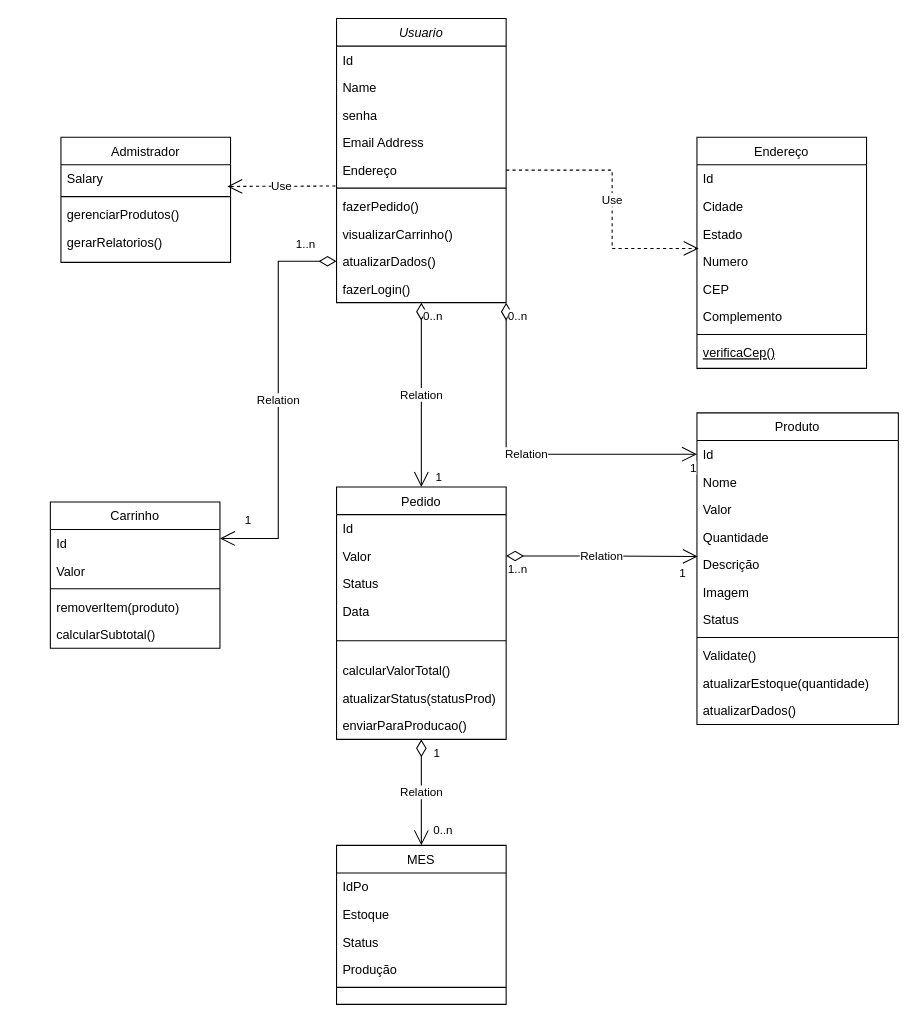
Before: Diagrama de classe.drawio in Akil23-alt/Diagrama-de-classe, a draw.io diagram. Source tidied: cells renumbered, new cells numbered last; positions are measured from the earlier drawing's top-left corner, leaving out a move shared by most shapes. Both pictures are drawn from the tidied source at 106%, with x=0, y=0 at pixel (50, 18).
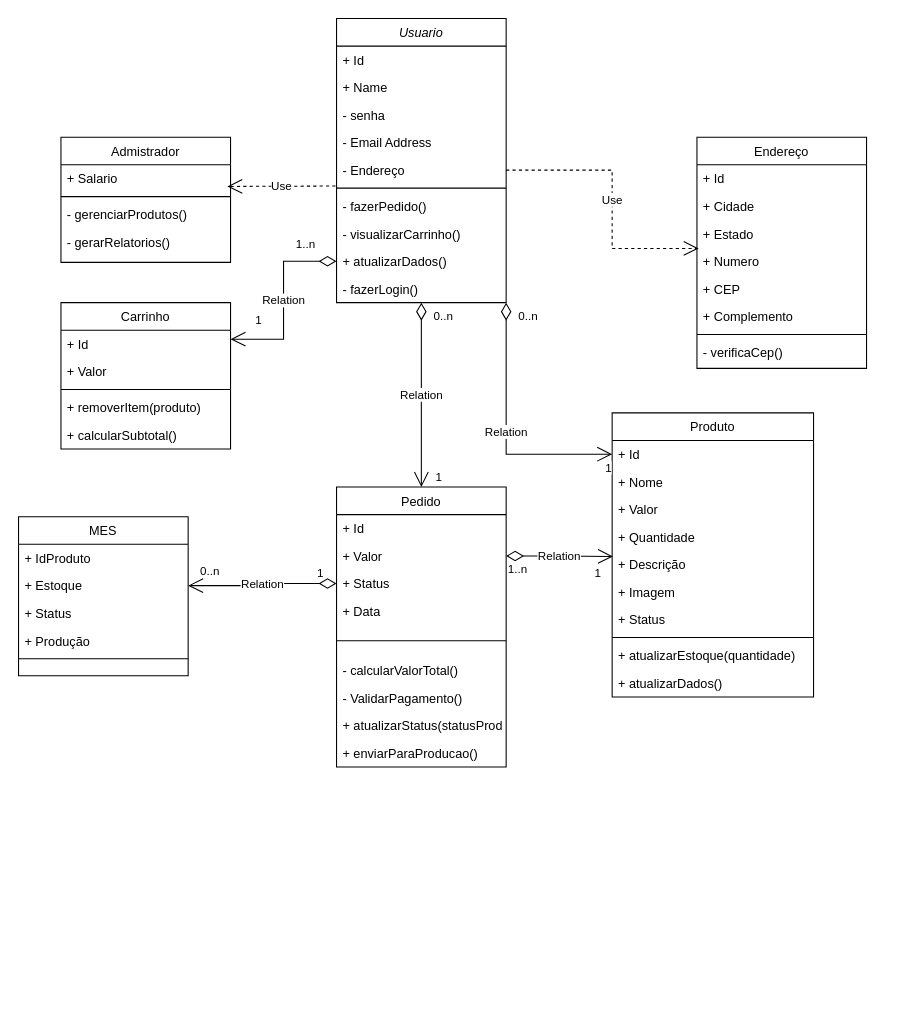
The same page after the edit.

Unchanged cells that the change refers to:
```xml
<mxCell id="2" value="Usuario" style="swimlane;fontStyle=2;align=center;verticalAlign=top;horizontal=1;startSize=26;rounded=0;shadow=0;strokeWidth=1;" parent="1" vertex="1">
  <mxGeometry x="270" width="160" height="268" as="geometry" />
</mxCell>
<mxCell id="13" value="Endereço" style="swimlane;fontStyle=0;align=center;verticalAlign=top;horizontal=1;startSize=26;rounded=0;shadow=0;strokeWidth=1;" parent="1" vertex="1">
  <mxGeometry x="610" y="112" width="160" height="218" as="geometry" />
</mxCell>
<mxCell id="22" value="Admistrador" style="swimlane;fontStyle=0;align=center;verticalAlign=top;horizontal=1;startSize=26;rounded=0;shadow=0;strokeWidth=1;" parent="1" vertex="1">
  <mxGeometry x="10" y="112" width="160" height="118" as="geometry" />
</mxCell>
<mxCell id="60" value="Relation" style="endArrow=open;html=1;endSize=12;startArrow=diamondThin;startSize=14;startFill=0;edgeStyle=orthogonalEdgeStyle;rounded=0;exitX=0.5;exitY=1;exitDx=0;exitDy=0;entryX=0.5;entryY=0;entryDx=0;entryDy=0;" parent="1" edge="1" source="2" target="51">
  <mxGeometry relative="1" as="geometry" />
</mxCell>
<mxCell id="63" value="Relation" style="endArrow=open;html=1;endSize=12;startArrow=diamondThin;startSize=14;startFill=0;edgeStyle=orthogonalEdgeStyle;rounded=0;entryX=0;entryY=0.5;entryDx=0;entryDy=0;exitX=1;exitY=1;exitDx=0;exitDy=0;" parent="1" edge="1" source="2" target="28">
  <mxGeometry relative="1" as="geometry" />
</mxCell>
```

The edit, as a diff of the source:
```diff
@@
-    <mxCell id="3" value="Id" style="text;align=left;verticalAlign=top;spacingLeft=4;spacingRight=4;overflow=hidden;rounded=0;shadow=0;html=0;" parent="2" vertex="1">
+    <mxCell id="3" value="+ Id" style="text;align=left;verticalAlign=top;spacingLeft=4;spacingRight=4;overflow=hidden;rounded=0;shadow=0;html=0;" parent="2" vertex="1">
       <mxGeometry y="26" width="160" height="26" as="geometry" />
     </mxCell>
-    <mxCell id="4" value="Name" style="text;align=left;verticalAlign=top;spacingLeft=4;spacingRight=4;overflow=hidden;" parent="2" vertex="1">
+    <mxCell id="4" value="+ Name" style="text;align=left;verticalAlign=top;spacingLeft=4;spacingRight=4;overflow=hidden;" parent="2" vertex="1">
       <mxGeometry y="52" width="160" height="26" as="geometry" />
     </mxCell>
-    <mxCell id="5" value="senha" style="text;align=left;verticalAlign=top;spacingLeft=4;spacingRight=4;overflow=hidden;rounded=0;shadow=0;html=0;" parent="2" vertex="1">
+    <mxCell id="5" value="- senha" style="text;align=left;verticalAlign=top;spacingLeft=4;spacingRight=4;overflow=hidden;rounded=0;shadow=0;html=0;" parent="2" vertex="1">
       <mxGeometry y="78" width="160" height="26" as="geometry" />
     </mxCell>
-    <mxCell id="6" value="Email Address" style="text;align=left;verticalAlign=top;spacingLeft=4;spacingRight=4;overflow=hidden;rounded=0;shadow=0;html=0;" parent="2" vertex="1">
+    <mxCell id="6" value="- Email Address" style="text;align=left;verticalAlign=top;spacingLeft=4;spacingRight=4;overflow=hidden;rounded=0;shadow=0;html=0;" parent="2" vertex="1">
       <mxGeometry y="104" width="160" height="26" as="geometry" />
     </mxCell>
-    <mxCell id="7" value="Endereço" style="text;align=left;verticalAlign=top;spacingLeft=4;spacingRight=4;overflow=hidden;points=[[0,0.5],[1,0.5]];portConstraint=eastwest;rounded=0;shadow=0;html=0;" parent="2" vertex="1">
+    <mxCell id="7" value="- Endereço" style="text;align=left;verticalAlign=top;spacingLeft=4;spacingRight=4;overflow=hidden;points=[[0,0.5],[1,0.5]];portConstraint=eastwest;rounded=0;shadow=0;html=0;" parent="2" vertex="1">
       <mxGeometry y="130" width="160" height="26" as="geometry" />
     </mxCell>
@@
-    <mxCell id="9" value="fazerPedido()" style="text;align=left;verticalAlign=top;spacingLeft=4;spacingRight=4;overflow=hidden;" parent="2" vertex="1">
+    <mxCell id="9" value="- fazerPedido()" style="text;align=left;verticalAlign=top;spacingLeft=4;spacingRight=4;overflow=hidden;" parent="2" vertex="1">
       <mxGeometry y="164" width="160" height="26" as="geometry" />
     </mxCell>
-    <mxCell id="10" value="visualizarCarrinho()" style="text;align=left;verticalAlign=top;spacingLeft=4;spacingRight=4;overflow=hidden;" parent="2" vertex="1">
+    <mxCell id="10" value="- visualizarCarrinho()" style="text;align=left;verticalAlign=top;spacingLeft=4;spacingRight=4;overflow=hidden;" parent="2" vertex="1">
       <mxGeometry y="190" width="160" height="26" as="geometry" />
     </mxCell>
-    <mxCell id="11" value="atualizarDados()" style="text;align=left;verticalAlign=top;spacingLeft=4;spacingRight=4;overflow=hidden;points=[[0,0.5],[1,0.5]];portConstraint=eastwest;" parent="2" vertex="1">
+    <mxCell id="11" value="+ atualizarDados()" style="text;align=left;verticalAlign=top;spacingLeft=4;spacingRight=4;overflow=hidden;points=[[0,0.5],[1,0.5]];portConstraint=eastwest;" parent="2" vertex="1">
       <mxGeometry y="216" width="160" height="26" as="geometry" />
     </mxCell>
-    <mxCell id="12" value="fazerLogin()" style="text;align=left;verticalAlign=top;spacingLeft=4;spacingRight=4;overflow=hidden;" parent="2" vertex="1">
+    <mxCell id="12" value="- fazerLogin()" style="text;align=left;verticalAlign=top;spacingLeft=4;spacingRight=4;overflow=hidden;" parent="2" vertex="1">
       <mxGeometry y="242" width="160" height="26" as="geometry" />
     </mxCell>
@@
-    <mxCell id="14" value="Id" style="text;align=left;verticalAlign=top;spacingLeft=4;spacingRight=4;overflow=hidden;rounded=0;shadow=0;html=0;" parent="13" vertex="1">
+    <mxCell id="14" value="+ Id" style="text;align=left;verticalAlign=top;spacingLeft=4;spacingRight=4;overflow=hidden;rounded=0;shadow=0;html=0;" parent="13" vertex="1">
       <mxGeometry y="26" width="160" height="26" as="geometry" />
     </mxCell>
-    <mxCell id="15" value="Cidade" style="text;align=left;verticalAlign=top;spacingLeft=4;spacingRight=4;overflow=hidden;rounded=0;shadow=0;html=0;" parent="13" vertex="1">
+    <mxCell id="15" value="+ Cidade" style="text;align=left;verticalAlign=top;spacingLeft=4;spacingRight=4;overflow=hidden;rounded=0;shadow=0;html=0;" parent="13" vertex="1">
       <mxGeometry y="52" width="160" height="26" as="geometry" />
     </mxCell>
-    <mxCell id="16" value="Estado" style="text;align=left;verticalAlign=top;spacingLeft=4;spacingRight=4;overflow=hidden;rounded=0;shadow=0;html=0;" parent="13" vertex="1">
+    <mxCell id="16" value="+ Estado" style="text;align=left;verticalAlign=top;spacingLeft=4;spacingRight=4;overflow=hidden;rounded=0;shadow=0;html=0;" parent="13" vertex="1">
       <mxGeometry y="78" width="160" height="26" as="geometry" />
     </mxCell>
-    <mxCell id="17" value="Numero" style="text;align=left;verticalAlign=top;spacingLeft=4;spacingRight=4;overflow=hidden;points=[[0,0.5],[1,0.5]];portConstraint=eastwest;rounded=0;shadow=0;html=0;" parent="13" vertex="1">
+    <mxCell id="17" value="+ Numero" style="text;align=left;verticalAlign=top;spacingLeft=4;spacingRight=4;overflow=hidden;points=[[0,0.5],[1,0.5]];portConstraint=eastwest;rounded=0;shadow=0;html=0;" parent="13" vertex="1">
       <mxGeometry y="104" width="160" height="26" as="geometry" />
     </mxCell>
-    <mxCell id="18" value="CEP" style="text;align=left;verticalAlign=top;spacingLeft=4;spacingRight=4;overflow=hidden;" parent="13" vertex="1">
+    <mxCell id="18" value="+ CEP" style="text;align=left;verticalAlign=top;spacingLeft=4;spacingRight=4;overflow=hidden;" parent="13" vertex="1">
       <mxGeometry y="130" width="160" height="26" as="geometry" />
     </mxCell>
-    <mxCell id="19" value="Complemento" style="text;align=left;verticalAlign=top;spacingLeft=4;spacingRight=4;overflow=hidden;rounded=0;shadow=0;html=0;" parent="13" vertex="1">
+    <mxCell id="19" value="+ Complemento" style="text;align=left;verticalAlign=top;spacingLeft=4;spacingRight=4;overflow=hidden;rounded=0;shadow=0;html=0;" parent="13" vertex="1">
       <mxGeometry y="156" width="160" height="26" as="geometry" />
     </mxCell>
@@
-    <mxCell id="21" value="verificaCep()" style="text;align=left;verticalAlign=top;spacingLeft=4;spacingRight=4;overflow=hidden;fontStyle=4;" parent="13" vertex="1">
+    <mxCell id="21" value="- verificaCep()" style="text;align=left;verticalAlign=top;spacingLeft=4;spacingRight=4;overflow=hidden;fontStyle=0;" parent="13" vertex="1">
       <mxGeometry y="190" width="160" height="26" as="geometry" />
     </mxCell>
@@
-    <mxCell id="23" value="Salary" style="text;align=left;verticalAlign=top;spacingLeft=4;spacingRight=4;overflow=hidden;points=[[0,0.5],[1,0.5]];portConstraint=eastwest;" parent="22" vertex="1">
+    <mxCell id="23" value="+ Salario" style="text;align=left;verticalAlign=top;spacingLeft=4;spacingRight=4;overflow=hidden;points=[[0,0.5],[1,0.5]];portConstraint=eastwest;" parent="22" vertex="1">
       <mxGeometry y="26" width="160" height="26" as="geometry" />
     </mxCell>
@@
-    <mxCell id="25" value="gerenciarProdutos()" style="text;align=left;verticalAlign=top;spacingLeft=4;spacingRight=4;overflow=hidden;" parent="22" vertex="1">
+    <mxCell id="25" value="- gerenciarProdutos()" style="text;align=left;verticalAlign=top;spacingLeft=4;spacingRight=4;overflow=hidden;" parent="22" vertex="1">
       <mxGeometry y="60" width="160" height="26" as="geometry" />
     </mxCell>
-    <mxCell id="26" value="gerarRelatorios()" style="text;align=left;verticalAlign=top;spacingLeft=4;spacingRight=4;overflow=hidden;" parent="22" vertex="1">
+    <mxCell id="26" value="- gerarRelatorios()" style="text;align=left;verticalAlign=top;spacingLeft=4;spacingRight=4;overflow=hidden;" parent="22" vertex="1">
       <mxGeometry y="86" width="160" height="26" as="geometry" />
     </mxCell>
     <mxCell id="27" value="Produto" style="swimlane;fontStyle=0;align=center;verticalAlign=top;horizontal=1;startSize=26;rounded=0;shadow=0;strokeWidth=1;" parent="1" vertex="1">
-      <mxGeometry x="610" y="372" width="190" height="294" as="geometry" />
+      <mxGeometry x="530" y="372" width="190" height="268" as="geometry" />
     </mxCell>
-    <mxCell id="28" value="Id" style="text;align=left;verticalAlign=top;spacingLeft=4;spacingRight=4;overflow=hidden;points=[[0,0.5],[1,0.5]];portConstraint=eastwest;rounded=0;shadow=0;html=0;" parent="27" vertex="1">
+    <mxCell id="28" value="+ Id" style="text;align=left;verticalAlign=top;spacingLeft=4;spacingRight=4;overflow=hidden;points=[[0,0.5],[1,0.5]];portConstraint=eastwest;rounded=0;shadow=0;html=0;" parent="27" vertex="1">
       <mxGeometry y="26" width="190" height="26" as="geometry" />
     </mxCell>
-    <mxCell id="29" value="Nome" style="text;align=left;verticalAlign=top;spacingLeft=4;spacingRight=4;overflow=hidden;" parent="27" vertex="1">
+    <mxCell id="29" value="+ Nome" style="text;align=left;verticalAlign=top;spacingLeft=4;spacingRight=4;overflow=hidden;" parent="27" vertex="1">
       <mxGeometry y="52" width="190" height="26" as="geometry" />
     </mxCell>
-    <mxCell id="30" value="Valor" style="text;align=left;verticalAlign=top;spacingLeft=4;spacingRight=4;overflow=hidden;rounded=0;shadow=0;html=0;" parent="27" vertex="1">
+    <mxCell id="30" value="+ Valor" style="text;align=left;verticalAlign=top;spacingLeft=4;spacingRight=4;overflow=hidden;rounded=0;shadow=0;html=0;" parent="27" vertex="1">
       <mxGeometry y="78" width="190" height="26" as="geometry" />
     </mxCell>
-    <mxCell id="31" value="Quantidade" style="text;align=left;verticalAlign=top;spacingLeft=4;spacingRight=4;overflow=hidden;rounded=0;shadow=0;html=0;" parent="27" vertex="1">
+    <mxCell id="31" value="+ Quantidade" style="text;align=left;verticalAlign=top;spacingLeft=4;spacingRight=4;overflow=hidden;rounded=0;shadow=0;html=0;" parent="27" vertex="1">
       <mxGeometry y="104" width="190" height="26" as="geometry" />
     </mxCell>
-    <mxCell id="32" value="Descrição" style="text;align=left;verticalAlign=top;spacingLeft=4;spacingRight=4;overflow=hidden;points=[[0,0.5],[1,0.5]];portConstraint=eastwest;rounded=0;shadow=0;html=0;" parent="27" vertex="1">
+    <mxCell id="32" value="+ Descrição" style="text;align=left;verticalAlign=top;spacingLeft=4;spacingRight=4;overflow=hidden;points=[[0,0.5],[1,0.5]];portConstraint=eastwest;rounded=0;shadow=0;html=0;" parent="27" vertex="1">
       <mxGeometry y="130" width="190" height="26" as="geometry" />
     </mxCell>
-    <mxCell id="33" value="Imagem" style="text;align=left;verticalAlign=top;spacingLeft=4;spacingRight=4;overflow=hidden;rounded=0;shadow=0;html=0;" parent="27" vertex="1">
+    <mxCell id="33" value="+ Imagem" style="text;align=left;verticalAlign=top;spacingLeft=4;spacingRight=4;overflow=hidden;rounded=0;shadow=0;html=0;" parent="27" vertex="1">
       <mxGeometry y="156" width="190" height="26" as="geometry" />
     </mxCell>
-    <mxCell id="34" value="Status" style="text;align=left;verticalAlign=top;spacingLeft=4;spacingRight=4;overflow=hidden;rounded=0;shadow=0;html=0;" parent="27" vertex="1">
+    <mxCell id="34" value="+ Status" style="text;align=left;verticalAlign=top;spacingLeft=4;spacingRight=4;overflow=hidden;rounded=0;shadow=0;html=0;" parent="27" vertex="1">
       <mxGeometry y="182" width="190" height="26" as="geometry" />
     </mxCell>
@@
-    <mxCell id="36" value="Validate()" style="text;align=left;verticalAlign=top;spacingLeft=4;spacingRight=4;overflow=hidden;" parent="27" vertex="1">
-      <mxGeometry y="216" width="190" height="26" as="geometry" />
-    </mxCell>
-    <mxCell id="37" value="atualizarEstoque(quantidade)" style="text;align=left;verticalAlign=top;spacingLeft=4;spacingRight=4;overflow=hidden;" parent="27" vertex="1">
-      <mxGeometry y="242" width="190" height="26" as="geometry" />
+    <mxCell id="37" value="+ atualizarEstoque(quantidade)" style="text;align=left;verticalAlign=top;spacingLeft=4;spacingRight=4;overflow=hidden;" parent="27" vertex="1">
+      <mxGeometry y="216" width="190" height="26" as="geometry" />
     </mxCell>
-    <mxCell id="38" value="atualizarDados()" style="text;align=left;verticalAlign=top;spacingLeft=4;spacingRight=4;overflow=hidden;" parent="27" vertex="1">
-      <mxGeometry y="268" width="190" height="26" as="geometry" />
+    <mxCell id="38" value="+ atualizarDados()" style="text;align=left;verticalAlign=top;spacingLeft=4;spacingRight=4;overflow=hidden;" parent="27" vertex="1">
+      <mxGeometry y="242" width="190" height="26" as="geometry" />
     </mxCell>
     <mxCell id="39" value="Carrinho" style="swimlane;fontStyle=0;align=center;verticalAlign=top;horizontal=1;startSize=26;rounded=0;shadow=0;strokeWidth=1;" parent="1" vertex="1">
-      <mxGeometry y="456" width="160" height="138" as="geometry" />
+      <mxGeometry x="10" y="268" width="160" height="138" as="geometry" />
     </mxCell>
-    <mxCell id="40" value="Id" style="text;align=left;verticalAlign=top;spacingLeft=4;spacingRight=4;overflow=hidden;rounded=0;shadow=0;html=0;" parent="39" vertex="1">
+    <mxCell id="40" value="+ Id" style="text;align=left;verticalAlign=top;spacingLeft=4;spacingRight=4;overflow=hidden;rounded=0;shadow=0;html=0;" parent="39" vertex="1">
       <mxGeometry y="26" width="160" height="26" as="geometry" />
     </mxCell>
-    <mxCell id="41" value="Valor" style="text;align=left;verticalAlign=top;spacingLeft=4;spacingRight=4;overflow=hidden;rounded=0;shadow=0;html=0;" parent="39" vertex="1">
+    <mxCell id="41" value="+ Valor" style="text;align=left;verticalAlign=top;spacingLeft=4;spacingRight=4;overflow=hidden;rounded=0;shadow=0;html=0;" parent="39" vertex="1">
       <mxGeometry y="52" width="160" height="26" as="geometry" />
     </mxCell>
@@
-    <mxCell id="43" value="removerItem(produto)" style="text;align=left;verticalAlign=top;spacingLeft=4;spacingRight=4;overflow=hidden;rounded=0;shadow=0;html=0;" parent="39" vertex="1">
+    <mxCell id="43" value="+ removerItem(produto)" style="text;align=left;verticalAlign=top;spacingLeft=4;spacingRight=4;overflow=hidden;rounded=0;shadow=0;html=0;" parent="39" vertex="1">
       <mxGeometry y="86" width="160" height="26" as="geometry" />
     </mxCell>
-    <mxCell id="44" value="calcularSubtotal()" style="text;align=left;verticalAlign=top;spacingLeft=4;spacingRight=4;overflow=hidden;rounded=0;shadow=0;html=0;" parent="39" vertex="1">
+    <mxCell id="44" value="+ calcularSubtotal()" style="text;align=left;verticalAlign=top;spacingLeft=4;spacingRight=4;overflow=hidden;rounded=0;shadow=0;html=0;" parent="39" vertex="1">
       <mxGeometry y="112" width="160" height="26" as="geometry" />
     </mxCell>
     <mxCell id="45" value="MES" style="swimlane;fontStyle=0;align=center;verticalAlign=top;horizontal=1;startSize=26;rounded=0;shadow=0;strokeWidth=1;" parent="1" vertex="1">
-      <mxGeometry x="270" y="780" width="160" height="150" as="geometry" />
+      <mxGeometry x="-30" y="470" width="160" height="150" as="geometry" />
     </mxCell>
-    <mxCell id="46" value="IdPo" style="text;align=left;verticalAlign=top;spacingLeft=4;spacingRight=4;overflow=hidden;rounded=0;shadow=0;html=0;" parent="45" vertex="1">
+    <mxCell id="46" value="+ IdProduto" style="text;align=left;verticalAlign=top;spacingLeft=4;spacingRight=4;overflow=hidden;rounded=0;shadow=0;html=0;" parent="45" vertex="1">
       <mxGeometry y="26" width="160" height="26" as="geometry" />
     </mxCell>
-    <mxCell id="47" value="Estoque" style="text;align=left;verticalAlign=top;spacingLeft=4;spacingRight=4;overflow=hidden;points=[[0,0.5],[1,0.5]];portConstraint=eastwest;rounded=0;shadow=0;html=0;" parent="45" vertex="1">
+    <mxCell id="47" value="+ Estoque" style="text;align=left;verticalAlign=top;spacingLeft=4;spacingRight=4;overflow=hidden;points=[[0,0.5],[1,0.5]];portConstraint=eastwest;rounded=0;shadow=0;html=0;" parent="45" vertex="1">
       <mxGeometry y="52" width="160" height="26" as="geometry" />
     </mxCell>
-    <mxCell id="48" value="Status" style="text;align=left;verticalAlign=top;spacingLeft=4;spacingRight=4;overflow=hidden;rounded=0;shadow=0;html=0;" parent="45" vertex="1">
+    <mxCell id="48" value="+ Status" style="text;align=left;verticalAlign=top;spacingLeft=4;spacingRight=4;overflow=hidden;rounded=0;shadow=0;html=0;" parent="45" vertex="1">
       <mxGeometry y="78" width="160" height="26" as="geometry" />
     </mxCell>
-    <mxCell id="49" value="Produção" style="text;align=left;verticalAlign=top;spacingLeft=4;spacingRight=4;overflow=hidden;" parent="45" vertex="1">
+    <mxCell id="49" value="+ Produção" style="text;align=left;verticalAlign=top;spacingLeft=4;spacingRight=4;overflow=hidden;" parent="45" vertex="1">
       <mxGeometry y="104" width="160" height="26" as="geometry" />
     </mxCell>
@@
     <mxCell id="51" value="Pedido" style="swimlane;fontStyle=0;align=center;verticalAlign=top;horizontal=1;startSize=26;rounded=0;shadow=0;strokeWidth=1;" parent="1" vertex="1">
-      <mxGeometry x="270" y="442" width="160" height="238" as="geometry" />
+      <mxGeometry x="270" y="442" width="160" height="264" as="geometry" />
     </mxCell>
-    <mxCell id="52" value="Id" style="text;align=left;verticalAlign=top;spacingLeft=4;spacingRight=4;overflow=hidden;rounded=0;shadow=0;html=0;" parent="51" vertex="1">
+    <mxCell id="52" value="+ Id" style="text;align=left;verticalAlign=top;spacingLeft=4;spacingRight=4;overflow=hidden;rounded=0;shadow=0;html=0;" parent="51" vertex="1">
       <mxGeometry y="26" width="160" height="26" as="geometry" />
     </mxCell>
-    <mxCell id="53" value="Valor" style="text;align=left;verticalAlign=top;spacingLeft=4;spacingRight=4;overflow=hidden;points=[[0,0.5],[1,0.5]];portConstraint=eastwest;rounded=0;shadow=0;html=0;" parent="51" vertex="1">
+    <mxCell id="53" value="+ Valor" style="text;align=left;verticalAlign=top;spacingLeft=4;spacingRight=4;overflow=hidden;points=[[0,0.5],[1,0.5]];portConstraint=eastwest;rounded=0;shadow=0;html=0;" parent="51" vertex="1">
       <mxGeometry y="52" width="160" height="26" as="geometry" />
     </mxCell>
-    <mxCell id="54" value="Status" style="text;align=left;verticalAlign=top;spacingLeft=4;spacingRight=4;overflow=hidden;points=[[0,0.5],[1,0.5]];portConstraint=eastwest;rounded=0;shadow=0;html=0;" parent="51" vertex="1">
+    <mxCell id="54" value="+ Status" style="text;align=left;verticalAlign=top;spacingLeft=4;spacingRight=4;overflow=hidden;points=[[0,0.5],[1,0.5]];portConstraint=eastwest;rounded=0;shadow=0;html=0;" parent="51" vertex="1">
       <mxGeometry y="78" width="160" height="26" as="geometry" />
     </mxCell>
-    <mxCell id="55" value="Data" style="text;align=left;verticalAlign=top;spacingLeft=4;spacingRight=4;overflow=hidden;rounded=0;shadow=0;html=0;" parent="51" vertex="1">
+    <mxCell id="55" value="+ Data" style="text;align=left;verticalAlign=top;spacingLeft=4;spacingRight=4;overflow=hidden;rounded=0;shadow=0;html=0;" parent="51" vertex="1">
       <mxGeometry y="104" width="160" height="26" as="geometry" />
     </mxCell>
@@
-    <mxCell id="57" value="calcularValorTotal()" style="text;align=left;verticalAlign=top;spacingLeft=4;spacingRight=4;overflow=hidden;rounded=0;shadow=0;html=0;" parent="51" vertex="1">
+    <mxCell id="57" value="- calcularValorTotal()" style="text;align=left;verticalAlign=top;spacingLeft=4;spacingRight=4;overflow=hidden;rounded=0;shadow=0;html=0;" parent="51" vertex="1">
       <mxGeometry y="160" width="160" height="26" as="geometry" />
     </mxCell>
+    <mxCell id="77" value="- ValidarPagamento()" style="text;align=left;verticalAlign=top;spacingLeft=4;spacingRight=4;overflow=hidden;" parent="51" vertex="1">
+      <mxGeometry y="186" width="160" height="26" as="geometry" />
+    </mxCell>
-    <mxCell id="58" value="atualizarStatus(statusProd)" style="text;align=left;verticalAlign=top;spacingLeft=4;spacingRight=4;overflow=hidden;rounded=0;shadow=0;html=0;" parent="51" vertex="1">
-      <mxGeometry y="186" width="160" height="26" as="geometry" />
+    <mxCell id="58" value="+ atualizarStatus(statusProd)" style="text;align=left;verticalAlign=top;spacingLeft=4;spacingRight=4;overflow=hidden;rounded=0;shadow=0;html=0;" parent="51" vertex="1">
+      <mxGeometry y="212" width="160" height="26" as="geometry" />
     </mxCell>
-    <mxCell id="59" value="enviarParaProducao()" style="text;align=left;verticalAlign=top;spacingLeft=4;spacingRight=4;overflow=hidden;rounded=0;shadow=0;html=0;" parent="51" vertex="1">
-      <mxGeometry y="212" width="160" height="26" as="geometry" />
+    <mxCell id="59" value="+ enviarParaProducao()" style="text;align=left;verticalAlign=top;spacingLeft=4;spacingRight=4;overflow=hidden;rounded=0;shadow=0;html=0;" parent="51" vertex="1">
+      <mxGeometry y="238" width="160" height="26" as="geometry" />
     </mxCell>
@@
     <mxCell id="61" value="0..n" style="edgeLabel;html=1;align=left;verticalAlign=top;" parent="60" vertex="1">
-      <mxGeometry x="-1" relative="1" as="geometry" />
+      <mxGeometry x="-1" relative="1" as="geometry">
+        <mxPoint x="10" as="offset" />
+      </mxGeometry>
     </mxCell>
@@
     <mxCell id="64" value="0..n" style="edgeLabel;html=1;align=left;verticalAlign=top;" parent="63" vertex="1">
-      <mxGeometry x="-1" relative="1" as="geometry" />
+      <mxGeometry x="-1" relative="1" as="geometry">
+        <mxPoint x="10" as="offset" />
+      </mxGeometry>
     </mxCell>
@@
-    <mxCell id="71" value="Relation" style="endArrow=open;html=1;endSize=12;startArrow=diamondThin;startSize=14;startFill=0;edgeStyle=orthogonalEdgeStyle;rounded=0;entryX=0.5;entryY=0;entryDx=0;entryDy=0;exitX=0.5;exitY=1;exitDx=0;exitDy=0;" parent="1" edge="1" source="51" target="45">
-      <mxGeometry relative="1" as="geometry" />
+    <mxCell id="71" value="Relation" style="endArrow=open;html=1;endSize=12;startArrow=diamondThin;startSize=14;startFill=0;edgeStyle=orthogonalEdgeStyle;rounded=0;entryX=1;entryY=0.5;entryDx=0;entryDy=0;exitX=0;exitY=0.5;exitDx=0;exitDy=0;" parent="1" edge="1" source="54" target="47">
+      <mxGeometry relative="1" as="geometry">
+        <Array as="points">
+          <mxPoint x="200" y="533" />
+          <mxPoint x="200" y="535" />
+        </Array>
+      </mxGeometry>
     </mxCell>
     <mxCell id="72" value="1" style="edgeLabel;html=1;align=left;verticalAlign=top;" parent="71" vertex="1">
       <mxGeometry x="-1" relative="1" as="geometry">
-        <mxPoint x="10" as="offset" />
+        <mxPoint x="-20" y="-23" as="offset" />
       </mxGeometry>
     </mxCell>
```
